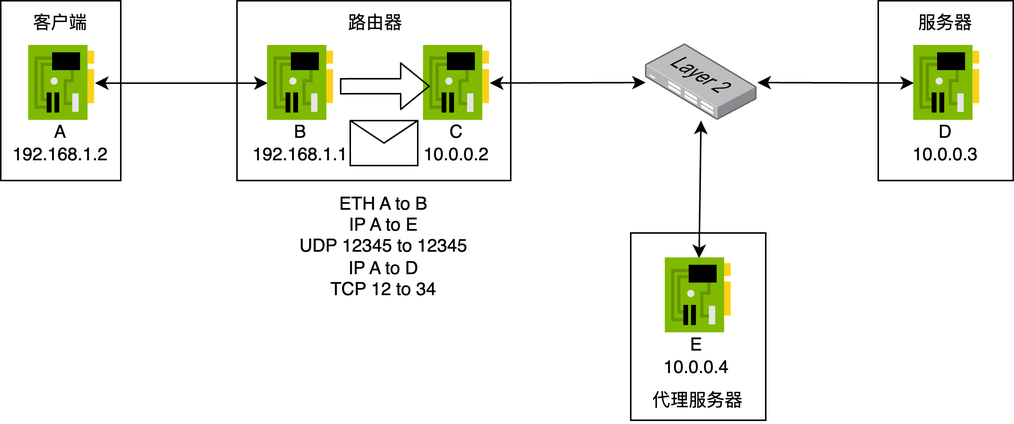
The draw.io diagram example_step6.png in N2Sys-EDU/Lab3-Documentation, before a commit. Source tidied: cells renumbered, new cells last; positions are measured from the earlier drawing's top-left corner, leaving out a move shared by most shapes.
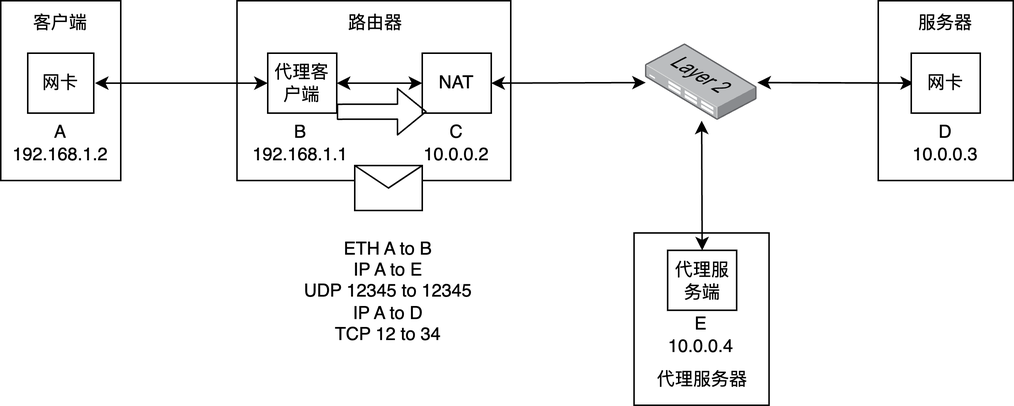
Later version of the same file.

The edit, as a diff of the source:
```diff
@@ -2,27 +2,21 @@
   <root>
     <mxCell id="0" />
     <mxCell id="1" parent="0" />
-    <mxCell id="2" style="rounded=0;whiteSpace=wrap;html=1;" parent="1" vertex="1">
-      <mxGeometry x="585" width="90" height="120" as="geometry" />
-    </mxCell>
-    <mxCell id="3" style="rounded=0;whiteSpace=wrap;html=1;" parent="1" vertex="1">
-      <mxGeometry x="420" y="155" width="90" height="125" as="geometry" />
-    </mxCell>
-    <mxCell id="4" style="rounded=0;whiteSpace=wrap;html=1;" parent="1" vertex="1">
-      <mxGeometry x="157.5" width="182.5" height="120" as="geometry" />
-    </mxCell>
-    <mxCell id="5" style="rounded=0;whiteSpace=wrap;html=1;" parent="1" vertex="1">
-      <mxGeometry width="80" height="120" as="geometry" />
-    </mxCell>
+    <mxCell id="28" style="rounded=0;whiteSpace=wrap;html=1;" parent="1" vertex="1">
+      <mxGeometry x="585" width="90" height="120" as="geometry" />
+    </mxCell>
+    <mxCell id="29" style="rounded=0;whiteSpace=wrap;html=1;" parent="1" vertex="1">
+      <mxGeometry x="422.2" y="155" width="90" height="115" as="geometry" />
+    </mxCell>
+    <mxCell id="30" style="rounded=0;whiteSpace=wrap;html=1;" parent="1" vertex="1">
+      <mxGeometry x="157.5" width="182.5" height="120" as="geometry" />
+    </mxCell>
+    <mxCell id="31" style="rounded=0;whiteSpace=wrap;html=1;" parent="1" vertex="1">
+      <mxGeometry width="80" height="120" as="geometry" />
+    </mxCell>
     <mxCell id="6" value="客户端" style="text;html=1;strokeColor=none;fillColor=none;align=center;verticalAlign=middle;whiteSpace=wrap;rounded=0;" parent="1" vertex="1">
       <mxGeometry width="80" height="30" as="geometry" />
     </mxCell>
-    <mxCell id="7" style="sketch=0;html=1;points=[];align=center;image;fontSize=12;image=img/lib/mscae/NetworkInterfaceCard.svg;" parent="1" vertex="1">
-      <mxGeometry x="178" y="30" width="44" height="50" as="geometry" />
-    </mxCell>
-    <mxCell id="8" style="sketch=0;html=1;points=[];align=center;image;fontSize=12;image=img/lib/mscae/NetworkInterfaceCard.svg;" parent="1" vertex="1">
-      <mxGeometry x="18.8" y="30" width="44" height="50" as="geometry" />
-    </mxCell>
     <mxCell id="9" value="A&lt;br&gt;192.168.1.2" style="text;html=1;strokeColor=none;fillColor=none;align=center;verticalAlign=middle;whiteSpace=wrap;rounded=0;" parent="1" vertex="1">
       <mxGeometry y="80" width="80" height="30" as="geometry" />
     </mxCell>
@@ -32,56 +26,73 @@
     <mxCell id="11" value="B&lt;br&gt;192.168.1.1" style="text;html=1;strokeColor=none;fillColor=none;align=center;verticalAlign=middle;whiteSpace=wrap;rounded=0;" parent="1" vertex="1">
       <mxGeometry x="160" y="80" width="80" height="30" as="geometry" />
     </mxCell>
-    <mxCell id="12" style="endArrow=classic;startArrow=classic;html=1;" parent="1" edge="1" source="8" target="7">
-      <mxGeometry relative="1" as="geometry" />
-    </mxCell>
-    <mxCell id="13" style="sketch=0;html=1;points=[];align=center;image;fontSize=12;image=img/lib/mscae/NetworkInterfaceCard.svg;" parent="1" vertex="1">
-      <mxGeometry x="282" y="30" width="44" height="50" as="geometry" />
-    </mxCell>
+    <mxCell id="32" style="endArrow=classic;startArrow=classic;html=1;" parent="1" edge="1">
+      <mxGeometry relative="1" as="geometry">
+        <mxPoint x="62.8" y="55" as="sourcePoint" />
+        <mxPoint x="178" y="55" as="targetPoint" />
+      </mxGeometry>
+    </mxCell>
     <mxCell id="14" value="C&lt;br&gt;10.0.0.2" style="text;html=1;strokeColor=none;fillColor=none;align=center;verticalAlign=middle;whiteSpace=wrap;rounded=0;" parent="1" vertex="1">
       <mxGeometry x="264" y="80" width="80" height="30" as="geometry" />
     </mxCell>
     <mxCell id="15" value="服务器" style="text;html=1;strokeColor=none;fillColor=none;align=center;verticalAlign=middle;whiteSpace=wrap;rounded=0;" parent="1" vertex="1">
       <mxGeometry x="590" width="80" height="30" as="geometry" />
     </mxCell>
-    <mxCell id="16" style="sketch=0;html=1;points=[];align=center;image;fontSize=12;image=img/lib/mscae/NetworkInterfaceCard.svg;" parent="1" vertex="1">
-      <mxGeometry x="608.8" y="30" width="44" height="50" as="geometry" />
-    </mxCell>
     <mxCell id="17" value="D&lt;br&gt;10.0.0.3" style="text;html=1;strokeColor=none;fillColor=none;align=center;verticalAlign=middle;whiteSpace=wrap;rounded=0;" parent="1" vertex="1">
       <mxGeometry x="590" y="80" width="80" height="30" as="geometry" />
     </mxCell>
-    <mxCell id="18" style="endArrow=classic;startArrow=classic;html=1;" parent="1" edge="1" source="13" target="19">
-      <mxGeometry relative="1" as="geometry" />
-    </mxCell>
-    <mxCell id="19" style="points=[];html=1;align=center;shadow=0;dashed=0;image;image=img/lib/allied_telesis/switch/Switch_24_port_L2.svg;" parent="1" vertex="1">
-      <mxGeometry x="430" y="29" width="74.4" height="51" as="geometry" />
-    </mxCell>
-    <mxCell id="20" style="endArrow=classic;startArrow=classic;html=1;" parent="1" edge="1" source="19" target="16">
-      <mxGeometry relative="1" as="geometry" />
-    </mxCell>
+    <mxCell id="33" style="endArrow=classic;startArrow=classic;html=1;exitX=1;exitY=0.5;exitDx=0;exitDy=0;" parent="1" edge="1" source="40" target="34">
+      <mxGeometry relative="1" as="geometry" />
+    </mxCell>
+    <mxCell id="34" style="points=[];html=1;align=center;shadow=0;dashed=0;image;image=img/lib/allied_telesis/switch/Switch_24_port_L2.svg;" parent="1" vertex="1">
+      <mxGeometry x="430" y="29" width="74.4" height="51" as="geometry" />
+    </mxCell>
+    <mxCell id="35" style="endArrow=classic;startArrow=classic;html=1;" parent="1" edge="1" source="34">
+      <mxGeometry relative="1" as="geometry">
+        <mxPoint x="608.8" y="54.9" as="targetPoint" />
+      </mxGeometry>
+    </mxCell>
     <mxCell id="21" value="代理服务器" style="text;html=1;strokeColor=none;fillColor=none;align=center;verticalAlign=middle;whiteSpace=wrap;rounded=0;" parent="1" vertex="1">
-      <mxGeometry x="425.2" y="251.8" width="80" height="30" as="geometry" />
+      <mxGeometry x="427.6" y="238.4" width="80" height="30" as="geometry" />
     </mxCell>
-    <mxCell id="22" style="sketch=0;html=1;points=[];align=center;image;fontSize=12;image=img/lib/mscae/NetworkInterfaceCard.svg;" parent="1" vertex="1">
-      <mxGeometry x="443.2" y="171.8" width="44" height="50" as="geometry" />
-    </mxCell>
     <mxCell id="23" value="E&lt;br&gt;10.0.0.4" style="text;html=1;strokeColor=none;fillColor=none;align=center;verticalAlign=middle;whiteSpace=wrap;rounded=0;" parent="1" vertex="1">
-      <mxGeometry x="424.4" y="221.8" width="80" height="30" as="geometry" />
+      <mxGeometry x="426.8" y="208.4" width="80" height="30" as="geometry" />
     </mxCell>
-    <mxCell id="24" style="endArrow=classic;startArrow=classic;html=1;" parent="1" edge="1" source="19" target="22">
-      <mxGeometry relative="1" as="geometry" />
-    </mxCell>
+    <mxCell id="36" style="endArrow=classic;startArrow=classic;html=1;entryX=0.5;entryY=0;entryDx=0;entryDy=0;" parent="1" edge="1" source="34" target="43">
+      <mxGeometry relative="1" as="geometry" />
+    </mxCell>
+    <mxCell id="37" value="网卡" style="rounded=0;whiteSpace=wrap;html=1;" parent="1" vertex="1">
+      <mxGeometry x="18" y="35" width="44" height="40" as="geometry" />
+    </mxCell>
+    <mxCell id="38" style="edgeStyle=none;html=1;exitX=1;exitY=0.5;exitDx=0;exitDy=0;entryX=0;entryY=0.5;entryDx=0;entryDy=0;startArrow=classic;startFill=1;" parent="1" edge="1" source="39" target="40">
+      <mxGeometry relative="1" as="geometry" />
+    </mxCell>
+    <mxCell id="39" value="代理客户端" style="rounded=0;whiteSpace=wrap;html=1;" parent="1" vertex="1">
+      <mxGeometry x="178" y="35" width="46" height="40" as="geometry" />
+    </mxCell>
+    <mxCell id="40" value="NAT" style="rounded=0;whiteSpace=wrap;html=1;" parent="1" vertex="1">
+      <mxGeometry x="281" y="35" width="46" height="40" as="geometry" />
+    </mxCell>
+    <mxCell id="41" style="edgeStyle=none;html=1;exitX=0;exitY=0.5;exitDx=0;exitDy=0;" parent="1" edge="1" source="42" target="34">
+      <mxGeometry relative="1" as="geometry" />
+    </mxCell>
+    <mxCell id="42" value="网卡" style="rounded=0;whiteSpace=wrap;html=1;" parent="1" vertex="1">
+      <mxGeometry x="607" y="35" width="46" height="40" as="geometry" />
+    </mxCell>
+    <mxCell id="43" value="代理服务端" style="rounded=0;whiteSpace=wrap;html=1;" parent="1" vertex="1">
+      <mxGeometry x="444.6" y="166.6" width="46" height="40" as="geometry" />
+    </mxCell>
     <mxCell id="25" style="shape=message;html=1;html=1;labelPosition=center;verticalLabelPosition=bottom;align=center;verticalAlign=top;" parent="1" vertex="1">
-      <mxGeometry x="233" y="80" width="45" height="30" as="geometry" />
+      <mxGeometry x="236" y="110" width="45" height="30" as="geometry" />
     </mxCell>
     <mxCell id="26" style="shape=flexArrow;endArrow=classic;html=1;" parent="1" edge="1">
       <mxGeometry relative="1" as="geometry">
-        <mxPoint x="226.1" y="57.1" as="sourcePoint" />
-        <mxPoint x="286.1" y="57" as="targetPoint" />
+        <mxPoint x="224" y="74.1" as="sourcePoint" />
+        <mxPoint x="284" y="74" as="targetPoint" />
       </mxGeometry>
     </mxCell>
     <mxCell id="27" value="ETH A to B&lt;br&gt;IP A to E&lt;br&gt;UDP 12345 to 12345&lt;br&gt;IP A to D&lt;br&gt;TCP 12 to 34" style="text;html=1;strokeColor=none;fillColor=none;align=center;verticalAlign=middle;whiteSpace=wrap;rounded=0;" parent="1" vertex="1">
-      <mxGeometry x="194.9" y="120" width="121.2" height="88.2" as="geometry" />
+      <mxGeometry x="197.9" y="150.2" width="121.2" height="88.2" as="geometry" />
     </mxCell>
   </root>
 </mxGraphModel>
```
